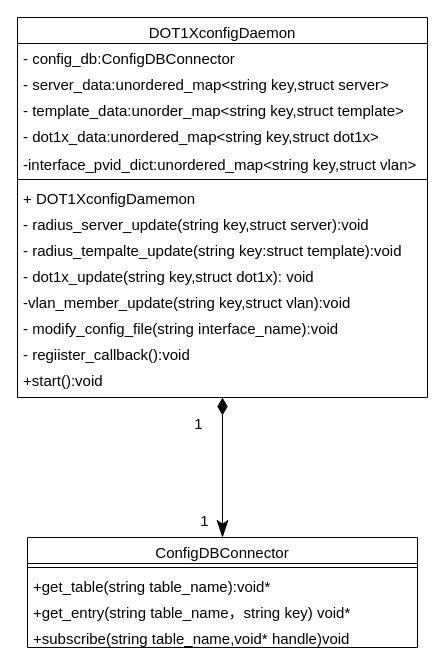
The draw.io diagram dot1xcfgd.drawio in PATORITU/PATORITU, before the edit. Source tidied: cells renumbered, new cells numbered last; positions are measured from the earlier drawing's top-left corner, leaving out a move shared by most shapes. Both pictures are drawn from the tidied source at 100%, with x=0, y=0 at pixel (17, 17).
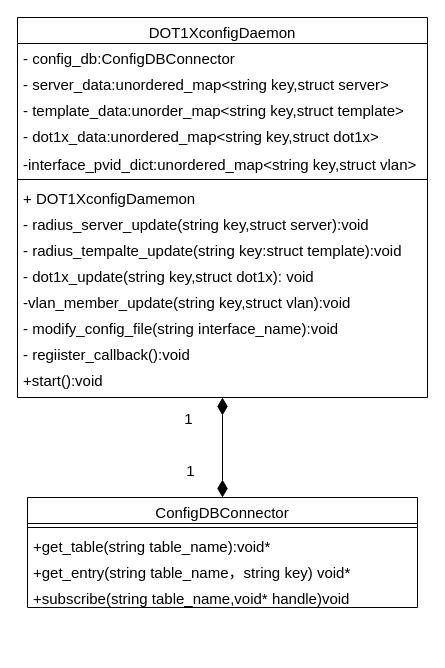
Above is the later version.

The change refers to these unchanged cells:
```xml
<mxCell id="2" value="DOT1XconfigDaemon" style="swimlane;fontStyle=0;align=center;verticalAlign=top;horizontal=1;startSize=26;rounded=0;shadow=0;strokeWidth=1;fontSize=15;" parent="1" vertex="1">
  <mxGeometry width="410" height="380" as="geometry" />
</mxCell>
```

Change to the diagram source:
```diff
@@
     <mxCell id="16" value="ConfigDBConnector" style="swimlane;fontStyle=0;align=center;verticalAlign=top;horizontal=1;startSize=26;rounded=0;shadow=0;strokeWidth=1;fontSize=15;" parent="1" vertex="1">
-      <mxGeometry x="10" y="520" width="390" height="110" as="geometry" />
+      <mxGeometry x="10" y="480" width="390" height="110" as="geometry" />
     </mxCell>
@@
-    <mxCell id="22" style="endArrow=diamondThin;html=1;rounded=0;exitX=0.5;exitY=0;exitDx=0;exitDy=0;entryX=0.5;entryY=1;entryDx=0;entryDy=0;endFill=1;startArrow=classicThin;startFill=1;endSize=15;startSize=15;fontSize=15;" parent="1" edge="1" source="16" target="2">
+    <mxCell id="22" style="endArrow=diamondThin;html=1;rounded=0;exitX=0.5;exitY=0;exitDx=0;exitDy=0;entryX=0.5;entryY=1;entryDx=0;entryDy=0;endFill=1;startArrow=diamondThin;startFill=1;endSize=15;startSize=15;fontSize=15;" parent="1" edge="1" source="16" target="2">
       <mxGeometry relative="1" as="geometry" />
     </mxCell>
     <mxCell id="23" value="1" style="edgeLabel;html=1;align=center;verticalAlign=middle;fontSize=15;" parent="22" vertex="1">
       <mxGeometry x="0.03" y="-3" relative="1" as="geometry">
-        <mxPoint x="-28" y="-43" as="offset" />
+        <mxPoint x="-38" y="-28" as="offset" />
       </mxGeometry>
     </mxCell>
     <mxCell id="24" value="1" style="edgeLabel;html=1;align=center;verticalAlign=middle;fontSize=15;" parent="1" vertex="1">
-      <mxGeometry x="194" y="430" as="geometry">
+      <mxGeometry x="180" y="380" as="geometry">
         <mxPoint x="-8" y="72" as="offset" />
       </mxGeometry>
     </mxCell>
```
